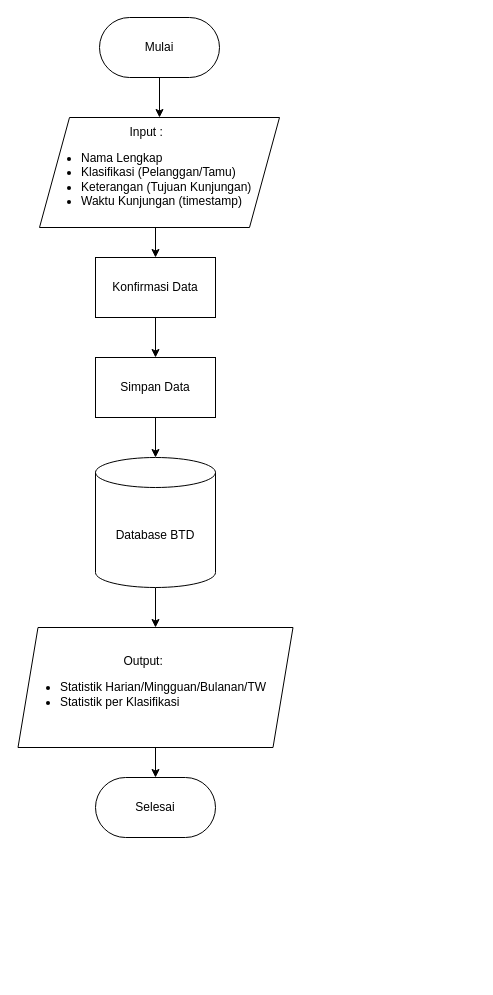
Above: page "fc-BTD" (1 of 4) of sisfo-rt.drawio in Fakhrezy/sistem-atk-paljaya (draw.io), before the change. Source tidied: cells renumbered, new cells numbered last; positions are measured from the earlier drawing's top-left corner, leaving out a move shared by most shapes. Both pictures are drawn from the tidied source at 100%, with x=0, y=0 at pixel (17, 17).
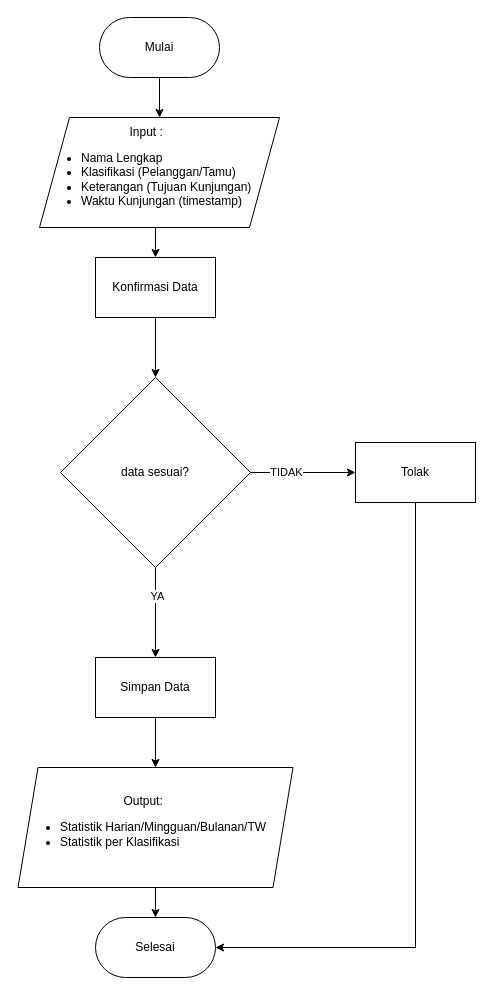
The same diagram, later.

What changed in the source:
```diff
@@
 <mxGraphModel>
   <root>
     <mxCell id="0" />
     <mxCell id="1" parent="0" />
     <mxCell id="2" style="edgeStyle=orthogonalEdgeStyle;rounded=0;jettySize=auto;html=1;exitX=0.5;exitY=1;exitDx=0;exitDy=0;entryX=0.5;entryY=0;entryDx=0;entryDy=0;" parent="1" edge="1" source="3" target="5">
       <mxGeometry relative="1" as="geometry" />
     </mxCell>
     <mxCell id="3" value="Mulai" style="rounded=1;whiteSpace=wrap;html=1;arcSize=50;" parent="1" vertex="1">
       <mxGeometry x="82" width="120" height="60" as="geometry" />
     </mxCell>
     <mxCell id="4" style="edgeStyle=orthogonalEdgeStyle;rounded=0;jettySize=auto;html=1;exitX=0.5;exitY=1;exitDx=0;exitDy=0;entryX=0.5;entryY=0;entryDx=0;entryDy=0;" parent="1" edge="1" source="5" target="9">
       <mxGeometry relative="1" as="geometry" />
     </mxCell>
     <mxCell id="5" value="&lt;div style=&quot;text-align: center;&quot;&gt;&lt;span style=&quot;background-color: transparent; color: light-dark(rgb(0, 0, 0), rgb(255, 255, 255));&quot;&gt;Input :&lt;/span&gt;&lt;/div&gt;&lt;div&gt;&lt;ul&gt;&lt;li&gt;Nama Lengkap&lt;/li&gt;&lt;li&gt;Klasifikasi (Pelanggan/Tamu)&lt;/li&gt;&lt;li&gt;Keterangan (Tujuan Kunjungan)&lt;/li&gt;&lt;li&gt;Waktu Kunjungan (timestamp)&lt;/li&gt;&lt;/ul&gt;&lt;/div&gt;" style="shape=parallelogram;perimeter=parallelogramPerimeter;whiteSpace=wrap;html=1;fixedSize=1;align=left;size=30;" parent="1" vertex="1">
       <mxGeometry x="22" y="100" width="240" height="110" as="geometry" />
     </mxCell>
-    <mxCell id="6" style="edgeStyle=orthogonalEdgeStyle;rounded=0;jettySize=auto;html=1;exitX=0.5;exitY=1;exitDx=0;exitDy=0;exitPerimeter=0;entryX=0.5;entryY=0;entryDx=0;entryDy=0;" parent="1" edge="1" source="7" target="12">
-      <mxGeometry relative="1" as="geometry" />
-    </mxCell>
-    <mxCell id="7" value="Database BTD" style="shape=cylinder3;whiteSpace=wrap;html=1;boundedLbl=1;backgroundOutline=1;size=15;" parent="1" vertex="1">
-      <mxGeometry x="78" y="440" width="120" height="130" as="geometry" />
-    </mxCell>
-    <mxCell id="8" style="edgeStyle=orthogonalEdgeStyle;rounded=0;jettySize=auto;html=1;exitX=0.5;exitY=1;exitDx=0;exitDy=0;entryX=0.5;entryY=0;entryDx=0;entryDy=0;" parent="1" edge="1" source="9" target="10">
-      <mxGeometry relative="1" as="geometry" />
-    </mxCell>
+    <mxCell id="15" style="edgeStyle=orthogonalEdgeStyle;rounded=0;jettySize=auto;html=1;exitX=0.5;exitY=1;exitDx=0;exitDy=0;entryX=0.5;entryY=0;entryDx=0;entryDy=0;" parent="1" edge="1" source="9" target="21">
+      <mxGeometry relative="1" as="geometry" />
+    </mxCell>
     <mxCell id="9" value="Konfirmasi Data" style="rounded=0;whiteSpace=wrap;html=1;" parent="1" vertex="1">
       <mxGeometry x="78" y="240" width="120" height="60" as="geometry" />
     </mxCell>
+    <mxCell id="16" style="edgeStyle=orthogonalEdgeStyle;rounded=0;jettySize=auto;html=1;exitX=0.5;exitY=1;exitDx=0;exitDy=0;entryX=0.5;entryY=0;entryDx=0;entryDy=0;" parent="1" edge="1" source="10" target="12">
+      <mxGeometry relative="1" as="geometry" />
+    </mxCell>
     <mxCell id="10" value="Simpan Data" style="rounded=0;whiteSpace=wrap;html=1;" parent="1" vertex="1">
-      <mxGeometry x="78" y="340" width="120" height="60" as="geometry" />
+      <mxGeometry x="78" y="640" width="120" height="60" as="geometry" />
     </mxCell>
     <mxCell id="11" style="edgeStyle=orthogonalEdgeStyle;rounded=0;jettySize=auto;html=1;exitX=0.5;exitY=1;exitDx=0;exitDy=0;entryX=0.5;entryY=0;entryDx=0;entryDy=0;" parent="1" edge="1" source="12" target="13">
       <mxGeometry relative="1" as="geometry" />
     </mxCell>
     <mxCell id="12" value="&lt;div style=&quot;text-align: center;&quot;&gt;&lt;span style=&quot;background-color: transparent; color: light-dark(rgb(0, 0, 0), rgb(255, 255, 255));&quot;&gt;Output:&lt;/span&gt;&lt;/div&gt;&lt;div&gt;&lt;ul&gt;&lt;li&gt;Statistik Harian/Mingguan/Bulanan/TW&lt;/li&gt;&lt;li&gt;Statistik per Klasifikasi&lt;/li&gt;&lt;/ul&gt;&lt;/div&gt;" style="shape=parallelogram;perimeter=parallelogramPerimeter;whiteSpace=wrap;html=1;fixedSize=1;align=left;" parent="1" vertex="1">
-      <mxGeometry x="0.5" y="610" width="275" height="120" as="geometry" />
+      <mxGeometry x="0.5" y="750" width="275" height="120" as="geometry" />
     </mxCell>
     <mxCell id="13" value="Selesai" style="rounded=1;whiteSpace=wrap;html=1;arcSize=50;" parent="1" vertex="1">
-      <mxGeometry x="78" y="760" width="120" height="60" as="geometry" />
+      <mxGeometry x="78" y="900" width="120" height="60" as="geometry" />
     </mxCell>
-    <mxCell id="14" style="edgeStyle=orthogonalEdgeStyle;rounded=0;jettySize=auto;html=1;exitX=0.5;exitY=1;exitDx=0;exitDy=0;entryX=0.5;entryY=0;entryDx=0;entryDy=0;entryPerimeter=0;" parent="1" edge="1" source="10" target="7">
-      <mxGeometry relative="1" as="geometry" />
-    </mxCell>
+    <mxCell id="17" style="edgeStyle=orthogonalEdgeStyle;rounded=0;jettySize=auto;html=1;exitX=0.5;exitY=1;exitDx=0;exitDy=0;entryX=0.5;entryY=0;entryDx=0;entryDy=0;" parent="1" edge="1" source="21" target="10">
+      <mxGeometry relative="1" as="geometry" />
+    </mxCell>
+    <mxCell id="18" value="YA" style="edgeLabel;html=1;align=center;verticalAlign=middle;" parent="17" vertex="1">
+      <mxGeometry x="-0.38" y="1" relative="1" as="geometry" />
+    </mxCell>
+    <mxCell id="19" style="edgeStyle=orthogonalEdgeStyle;rounded=0;jettySize=auto;html=1;exitX=1;exitY=0.5;exitDx=0;exitDy=0;entryX=0;entryY=0.5;entryDx=0;entryDy=0;" parent="1" edge="1" source="21" target="23">
+      <mxGeometry relative="1" as="geometry" />
+    </mxCell>
+    <mxCell id="20" value="TIDAK" style="edgeLabel;html=1;align=center;verticalAlign=middle;" parent="19" vertex="1">
+      <mxGeometry x="-0.33" y="1" relative="1" as="geometry" />
+    </mxCell>
+    <mxCell id="21" value="data sesuai?" style="rhombus;whiteSpace=wrap;html=1;" parent="1" vertex="1">
+      <mxGeometry x="43" y="360" width="190" height="190" as="geometry" />
+    </mxCell>
+    <mxCell id="22" style="edgeStyle=orthogonalEdgeStyle;rounded=0;jettySize=auto;html=1;exitX=0.5;exitY=1;exitDx=0;exitDy=0;entryX=1;entryY=0.5;entryDx=0;entryDy=0;" parent="1" edge="1" source="23" target="13">
+      <mxGeometry relative="1" as="geometry" />
+    </mxCell>
+    <mxCell id="23" value="Tolak" style="rounded=0;whiteSpace=wrap;html=1;" parent="1" vertex="1">
+      <mxGeometry x="338" y="425" width="120" height="60" as="geometry" />
+    </mxCell>
   </root>
 </mxGraphModel>
```
